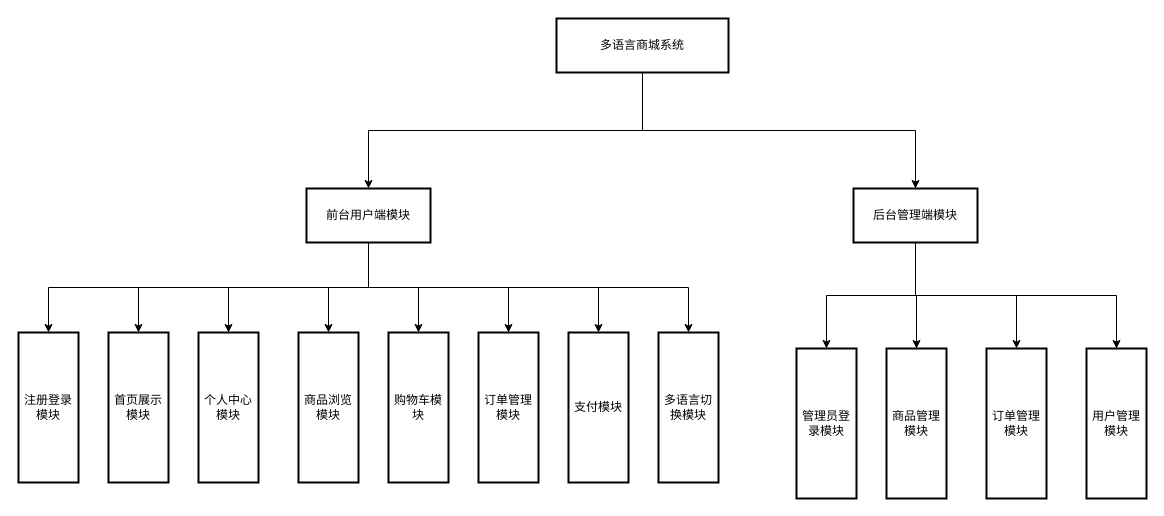
Earlier version of the draw.io diagram page "系统功能模块" (1 of 4) of 毕业设计.drawio (194568/test1). Source tidied: cells renumbered, new cells numbered last; positions are measured from the earlier drawing's top-left corner, leaving out a move shared by most shapes. Both pictures are drawn from the tidied source at 100%, with x=0, y=0 at pixel (18, 18).
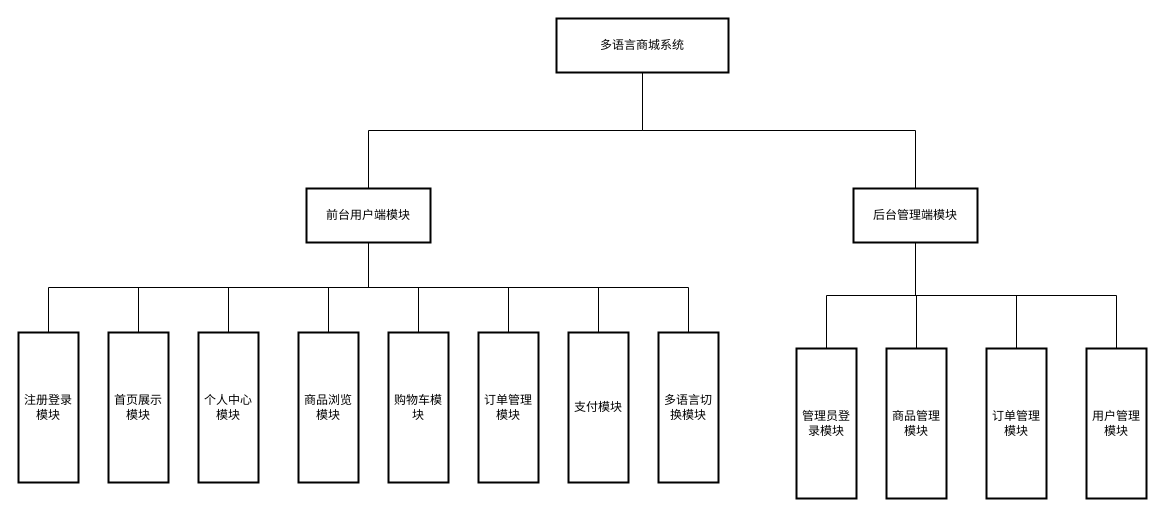
After the change.

Commit message:
更新毕业设计.drawio

Unchanged cells that the change refers to:
```xml
<mxCell id="4" value="多语言商城系统" style="whiteSpace=wrap;strokeWidth=2;" parent="1" vertex="1">
  <mxGeometry x="538" width="172" height="54" as="geometry" />
</mxCell>
<mxCell id="13" value="前台用户端模块" style="whiteSpace=wrap;strokeWidth=2;" parent="1" vertex="1">
  <mxGeometry x="288" y="170" width="124" height="54" as="geometry" />
</mxCell>
<mxCell id="18" value="后台管理端模块" style="whiteSpace=wrap;strokeWidth=2;" parent="1" vertex="1">
  <mxGeometry x="835" y="170" width="124" height="54" as="geometry" />
</mxCell>
<mxCell id="19" value="注册登录模块" style="whiteSpace=wrap;strokeWidth=2;" parent="1" vertex="1">
  <mxGeometry y="314" width="60" height="150" as="geometry" />
</mxCell>
<mxCell id="20" value="首页展示模块" style="whiteSpace=wrap;strokeWidth=2;" parent="1" vertex="1">
  <mxGeometry x="90" y="314" width="60" height="150" as="geometry" />
</mxCell>
<mxCell id="21" value="个人中心模块" style="whiteSpace=wrap;strokeWidth=2;" parent="1" vertex="1">
  <mxGeometry x="180" y="314" width="60" height="150" as="geometry" />
</mxCell>
<mxCell id="22" value="商品浏览模块" style="whiteSpace=wrap;strokeWidth=2;" parent="1" vertex="1">
  <mxGeometry x="280" y="314" width="60" height="150" as="geometry" />
</mxCell>
<mxCell id="23" value="购物车模块" style="whiteSpace=wrap;strokeWidth=2;" parent="1" vertex="1">
  <mxGeometry x="370" y="314" width="60" height="150" as="geometry" />
</mxCell>
<mxCell id="24" value="订单管理模块" style="whiteSpace=wrap;strokeWidth=2;" parent="1" vertex="1">
  <mxGeometry x="460" y="314" width="60" height="150" as="geometry" />
</mxCell>
<mxCell id="25" value="多语言切换模块" style="whiteSpace=wrap;strokeWidth=2;" parent="1" vertex="1">
  <mxGeometry x="640" y="314" width="60" height="150" as="geometry" />
</mxCell>
<mxCell id="26" value="商品管理模块" style="whiteSpace=wrap;strokeWidth=2;" parent="1" vertex="1">
  <mxGeometry x="868" y="330" width="60" height="150" as="geometry" />
</mxCell>
<mxCell id="27" value="订单管理模块" style="whiteSpace=wrap;strokeWidth=2;" parent="1" vertex="1">
  <mxGeometry x="968" y="330" width="60" height="150" as="geometry" />
</mxCell>
<mxCell id="28" value="用户管理模块" style="whiteSpace=wrap;strokeWidth=2;" parent="1" vertex="1">
  <mxGeometry x="1068" y="330" width="60" height="150" as="geometry" />
</mxCell>
<mxCell id="29" value="支付模块" style="whiteSpace=wrap;strokeWidth=2;" parent="1" vertex="1">
  <mxGeometry x="550" y="314" width="60" height="150" as="geometry" />
</mxCell>
<mxCell id="30" value="管理员登录模块" style="whiteSpace=wrap;strokeWidth=2;" parent="1" vertex="1">
  <mxGeometry x="778" y="330" width="60" height="150" as="geometry" />
</mxCell>
```

Change to the diagram source:
```diff
@@
-    <mxCell id="2" style="edgeStyle=orthogonalEdgeStyle;rounded=0;jettySize=auto;html=1;entryX=0.5;entryY=0;entryDx=0;entryDy=0;exitX=0.5;exitY=1;exitDx=0;exitDy=0;" parent="1" edge="1" source="4" target="13">
+    <mxCell id="2" style="edgeStyle=orthogonalEdgeStyle;rounded=0;jettySize=auto;html=1;entryX=0.5;entryY=0;entryDx=0;entryDy=0;exitX=0.5;exitY=1;exitDx=0;exitDy=0;endArrow=none;endFill=0;" parent="1" edge="1" source="4" target="13">
       <mxGeometry relative="1" as="geometry" />
     </mxCell>
-    <mxCell id="3" style="edgeStyle=orthogonalEdgeStyle;rounded=0;jettySize=auto;html=1;entryX=0.5;entryY=0;entryDx=0;entryDy=0;exitX=0.5;exitY=1;exitDx=0;exitDy=0;" parent="1" edge="1" source="4" target="18">
+    <mxCell id="3" style="edgeStyle=orthogonalEdgeStyle;rounded=0;jettySize=auto;html=1;entryX=0.5;entryY=0;entryDx=0;entryDy=0;exitX=0.5;exitY=1;exitDx=0;exitDy=0;endArrow=none;endFill=0;" parent="1" edge="1" source="4" target="18">
       <mxGeometry relative="1" as="geometry" />
     </mxCell>
@@
-    <mxCell id="5" style="edgeStyle=orthogonalEdgeStyle;rounded=0;jettySize=auto;html=1;entryX=0.5;entryY=0;entryDx=0;entryDy=0;exitX=0.5;exitY=1;exitDx=0;exitDy=0;" parent="1" edge="1" source="13" target="19">
+    <mxCell id="5" style="edgeStyle=orthogonalEdgeStyle;rounded=0;jettySize=auto;html=1;entryX=0.5;entryY=0;entryDx=0;entryDy=0;exitX=0.5;exitY=1;exitDx=0;exitDy=0;endArrow=none;endFill=0;" parent="1" edge="1" source="13" target="19">
       <mxGeometry relative="1" as="geometry" />
     </mxCell>
-    <mxCell id="6" style="edgeStyle=orthogonalEdgeStyle;rounded=0;jettySize=auto;html=1;exitX=0.5;exitY=1;exitDx=0;exitDy=0;" parent="1" edge="1" source="13" target="20">
+    <mxCell id="6" style="edgeStyle=orthogonalEdgeStyle;rounded=0;jettySize=auto;html=1;exitX=0.5;exitY=1;exitDx=0;exitDy=0;endArrow=none;endFill=0;" parent="1" edge="1" source="13" target="20">
       <mxGeometry relative="1" as="geometry" />
     </mxCell>
-    <mxCell id="7" style="edgeStyle=orthogonalEdgeStyle;rounded=0;jettySize=auto;html=1;entryX=0.5;entryY=0;entryDx=0;entryDy=0;exitX=0.5;exitY=1;exitDx=0;exitDy=0;" parent="1" edge="1" source="13" target="21">
+    <mxCell id="7" style="edgeStyle=orthogonalEdgeStyle;rounded=0;jettySize=auto;html=1;entryX=0.5;entryY=0;entryDx=0;entryDy=0;exitX=0.5;exitY=1;exitDx=0;exitDy=0;endArrow=none;endFill=0;" parent="1" edge="1" source="13" target="21">
       <mxGeometry relative="1" as="geometry" />
     </mxCell>
-    <mxCell id="8" style="edgeStyle=orthogonalEdgeStyle;rounded=0;jettySize=auto;html=1;entryX=0.5;entryY=0;entryDx=0;entryDy=0;" parent="1" edge="1" source="13" target="22">
+    <mxCell id="8" style="edgeStyle=orthogonalEdgeStyle;rounded=0;jettySize=auto;html=1;entryX=0.5;entryY=0;entryDx=0;entryDy=0;endArrow=none;endFill=0;" parent="1" edge="1" source="13" target="22">
       <mxGeometry relative="1" as="geometry" />
     </mxCell>
-    <mxCell id="9" style="edgeStyle=orthogonalEdgeStyle;rounded=0;jettySize=auto;html=1;entryX=0.5;entryY=0;entryDx=0;entryDy=0;" parent="1" edge="1" source="13" target="23">
+    <mxCell id="9" style="edgeStyle=orthogonalEdgeStyle;rounded=0;jettySize=auto;html=1;entryX=0.5;entryY=0;entryDx=0;entryDy=0;endArrow=none;endFill=0;" parent="1" edge="1" source="13" target="23">
       <mxGeometry relative="1" as="geometry" />
     </mxCell>
-    <mxCell id="10" style="edgeStyle=orthogonalEdgeStyle;rounded=0;jettySize=auto;html=1;exitX=0.5;exitY=1;exitDx=0;exitDy=0;entryX=0.5;entryY=0;entryDx=0;entryDy=0;" parent="1" edge="1" source="13" target="24">
+    <mxCell id="10" style="edgeStyle=orthogonalEdgeStyle;rounded=0;jettySize=auto;html=1;exitX=0.5;exitY=1;exitDx=0;exitDy=0;entryX=0.5;entryY=0;entryDx=0;entryDy=0;endArrow=none;endFill=0;" parent="1" edge="1" source="13" target="24">
       <mxGeometry relative="1" as="geometry" />
     </mxCell>
-    <mxCell id="11" style="edgeStyle=orthogonalEdgeStyle;rounded=0;jettySize=auto;html=1;exitX=0.5;exitY=1;exitDx=0;exitDy=0;entryX=0.5;entryY=0;entryDx=0;entryDy=0;" parent="1" edge="1" source="13" target="29">
+    <mxCell id="11" style="edgeStyle=orthogonalEdgeStyle;rounded=0;jettySize=auto;html=1;exitX=0.5;exitY=1;exitDx=0;exitDy=0;entryX=0.5;entryY=0;entryDx=0;entryDy=0;endArrow=none;endFill=0;" parent="1" edge="1" source="13" target="29">
       <mxGeometry relative="1" as="geometry" />
     </mxCell>
-    <mxCell id="12" style="edgeStyle=orthogonalEdgeStyle;rounded=0;jettySize=auto;html=1;exitX=0.5;exitY=1;exitDx=0;exitDy=0;entryX=0.5;entryY=0;entryDx=0;entryDy=0;" parent="1" edge="1" source="13" target="25">
+    <mxCell id="12" style="edgeStyle=orthogonalEdgeStyle;rounded=0;jettySize=auto;html=1;exitX=0.5;exitY=1;exitDx=0;exitDy=0;entryX=0.5;entryY=0;entryDx=0;entryDy=0;endArrow=none;endFill=0;" parent="1" edge="1" source="13" target="25">
       <mxGeometry relative="1" as="geometry" />
     </mxCell>
@@
-    <mxCell id="14" style="edgeStyle=orthogonalEdgeStyle;rounded=0;jettySize=auto;html=1;entryX=0.5;entryY=0;entryDx=0;entryDy=0;exitX=0.5;exitY=1;exitDx=0;exitDy=0;" parent="1" edge="1" source="18" target="26">
+    <mxCell id="14" style="edgeStyle=orthogonalEdgeStyle;rounded=0;jettySize=auto;html=1;entryX=0.5;entryY=0;entryDx=0;entryDy=0;exitX=0.5;exitY=1;exitDx=0;exitDy=0;endArrow=none;endFill=0;" parent="1" edge="1" source="18" target="26">
       <mxGeometry relative="1" as="geometry" />
     </mxCell>
-    <mxCell id="15" style="edgeStyle=orthogonalEdgeStyle;rounded=0;jettySize=auto;html=1;entryX=0.5;entryY=0;entryDx=0;entryDy=0;exitX=0.5;exitY=1;exitDx=0;exitDy=0;" parent="1" edge="1" source="18" target="27">
+    <mxCell id="15" style="edgeStyle=orthogonalEdgeStyle;rounded=0;jettySize=auto;html=1;entryX=0.5;entryY=0;entryDx=0;entryDy=0;exitX=0.5;exitY=1;exitDx=0;exitDy=0;endArrow=none;endFill=0;" parent="1" edge="1" source="18" target="27">
       <mxGeometry relative="1" as="geometry" />
     </mxCell>
-    <mxCell id="16" style="edgeStyle=orthogonalEdgeStyle;rounded=0;jettySize=auto;html=1;exitX=0.5;exitY=1;exitDx=0;exitDy=0;" parent="1" edge="1" source="18" target="28">
+    <mxCell id="16" style="edgeStyle=orthogonalEdgeStyle;rounded=0;jettySize=auto;html=1;exitX=0.5;exitY=1;exitDx=0;exitDy=0;endArrow=none;endFill=0;" parent="1" edge="1" source="18" target="28">
       <mxGeometry relative="1" as="geometry" />
     </mxCell>
-    <mxCell id="17" style="edgeStyle=orthogonalEdgeStyle;rounded=0;jettySize=auto;html=1;entryX=0.5;entryY=0;entryDx=0;entryDy=0;" parent="1" edge="1" source="18" target="30">
+    <mxCell id="17" style="edgeStyle=orthogonalEdgeStyle;rounded=0;jettySize=auto;html=1;entryX=0.5;entryY=0;entryDx=0;entryDy=0;endArrow=none;endFill=0;" parent="1" edge="1" source="18" target="30">
       <mxGeometry relative="1" as="geometry" />
     </mxCell>
```
